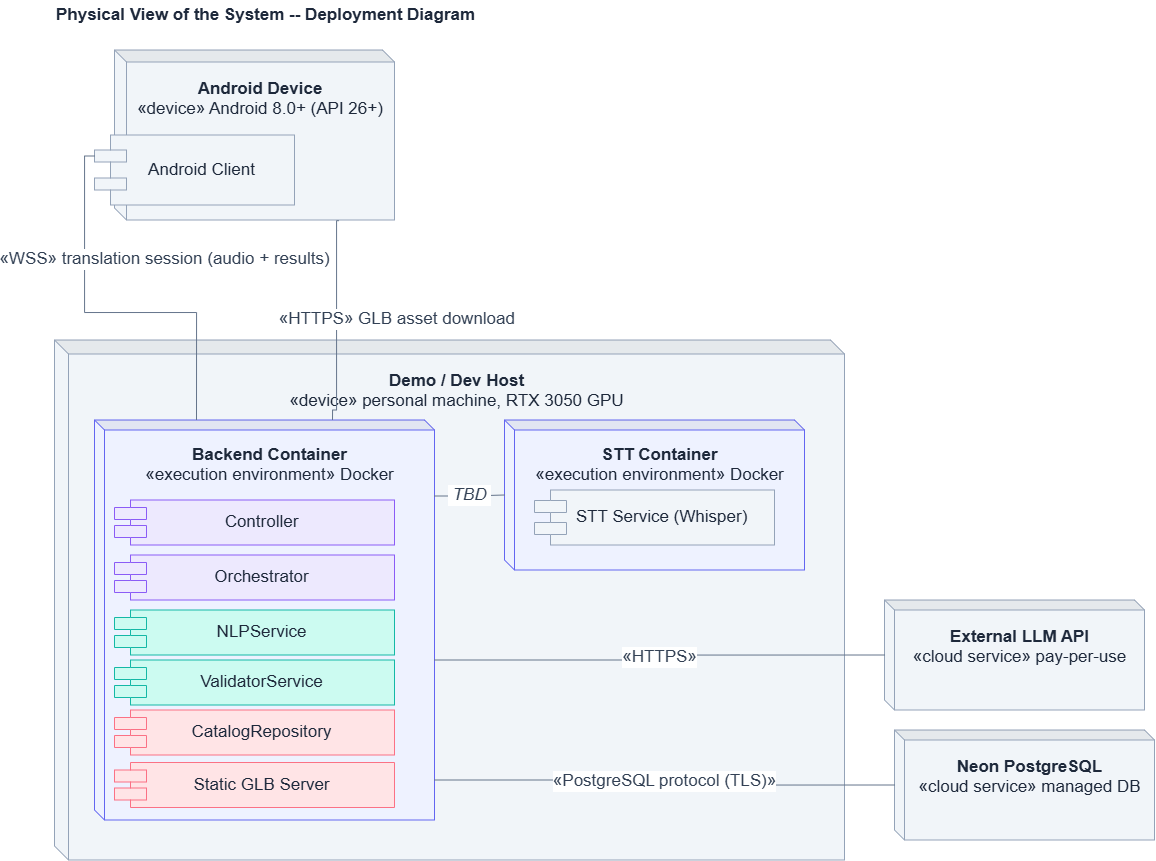
sign-ai-organization/signall-backend keeps this draw.io diagram as docs/diagrams/sdd-6.2-vista-fisica-despliegue.drawio.png. Above is the earlier version. Source tidied: cells renumbered, new cells last; positions are measured from the earlier drawing's top-left corner, leaving out a move shared by most shapes. Its diagram source:
```xml
<mxGraphModel>
  <root>
    <mxCell id="0" />
    <mxCell id="1" parent="0" />
    <mxCell id="2" value="Physical View of the System -- Deployment Diagram" style="text;html=1;align=left;verticalAlign=middle;fontSize=17;fontStyle=1;fontColor=#1e293b;" parent="1" vertex="1">
      <mxGeometry width="700" height="30" as="geometry" />
    </mxCell>
    <mxCell id="3" value="&lt;b&gt;Android Device&lt;/b&gt;&lt;br&gt;&lt;font&gt;«device» Android 8.0+ (API 26+)&lt;/font&gt;" style="shape=cube;whiteSpace=wrap;html=1;boundedLbl=1;backgroundOutline=1;darkOpacity=0.05;align=center;verticalAlign=top;fontSize=17;fontColor=#1e293b;spacingTop=10;fillColor=#f1f5f9;strokeColor=#94a3b8;size=12;" parent="1" vertex="1">
      <mxGeometry x="60" y="50" width="280" height="170" as="geometry" />
    </mxCell>
    <mxCell id="4" value="Android Client" style="rounded=0;whiteSpace=wrap;html=1;shape=component;align=center;verticalAlign=middle;spacingLeft=15;fontSize=17;fontColor=#1e293b;fillColor=#f1f5f9;strokeColor=#94a3b8;" parent="1" vertex="1">
      <mxGeometry x="40" y="135" width="200" height="70" as="geometry" />
    </mxCell>
    <mxCell id="5" value="&lt;b&gt;Demo / Dev Host&lt;/b&gt;&lt;br&gt;&lt;font&gt;«device» personal machine, RTX 3050 GPU&lt;/font&gt;" style="shape=cube;whiteSpace=wrap;html=1;boundedLbl=1;backgroundOutline=1;darkOpacity=0.05;align=center;verticalAlign=top;fontSize=17;fontColor=#1e293b;spacingTop=10;fillColor=#f1f5f9;strokeColor=#94a3b8;size=14;" parent="1" vertex="1">
      <mxGeometry y="340" width="790" height="520" as="geometry" />
    </mxCell>
    <mxCell id="6" value="&lt;b&gt;Backend Container&lt;/b&gt;&lt;br&gt;&lt;font&gt;«execution environment» Docker&lt;/font&gt;" style="shape=cube;whiteSpace=wrap;html=1;boundedLbl=1;backgroundOutline=1;darkOpacity=0.05;align=center;verticalAlign=top;fontSize=17;fontColor=#1e293b;spacingTop=8;fillColor=#eef2ff;strokeColor=#6366f1;size=10;" parent="1" vertex="1">
      <mxGeometry x="40" y="420" width="340" height="400" as="geometry" />
    </mxCell>
    <mxCell id="7" value="Controller" style="rounded=0;whiteSpace=wrap;html=1;shape=component;align=center;verticalAlign=middle;spacingLeft=15;fontSize=17;fontColor=#1e293b;fillColor=#ede9fe;strokeColor=#8b5cf6;" parent="1" vertex="1">
      <mxGeometry x="60" y="500" width="280" height="45" as="geometry" />
    </mxCell>
    <mxCell id="8" value="Orchestrator" style="rounded=0;whiteSpace=wrap;html=1;shape=component;align=center;verticalAlign=middle;spacingLeft=15;fontSize=17;fontColor=#1e293b;fillColor=#ede9fe;strokeColor=#8b5cf6;" parent="1" vertex="1">
      <mxGeometry x="60" y="555" width="280" height="45" as="geometry" />
    </mxCell>
    <mxCell id="9" value="NLPService" style="rounded=0;whiteSpace=wrap;html=1;shape=component;align=center;verticalAlign=middle;spacingLeft=15;fontSize=17;fontColor=#1e293b;fillColor=#ccfbf1;strokeColor=#14b8a6;" parent="1" vertex="1">
      <mxGeometry x="60" y="610" width="280" height="45" as="geometry" />
    </mxCell>
    <mxCell id="10" value="ValidatorService" style="rounded=0;whiteSpace=wrap;html=1;shape=component;align=center;verticalAlign=middle;spacingLeft=15;fontSize=17;fontColor=#1e293b;fillColor=#ccfbf1;strokeColor=#14b8a6;" parent="1" vertex="1">
      <mxGeometry x="60" y="660" width="280" height="45" as="geometry" />
    </mxCell>
    <mxCell id="11" value="CatalogRepository" style="rounded=0;whiteSpace=wrap;html=1;shape=component;align=center;verticalAlign=middle;spacingLeft=15;fontSize=17;fontColor=#1e293b;fillColor=#ffe4e6;strokeColor=#fb7185;" parent="1" vertex="1">
      <mxGeometry x="60" y="710" width="280" height="45" as="geometry" />
    </mxCell>
    <mxCell id="12" value="Static GLB Server" style="rounded=0;whiteSpace=wrap;html=1;shape=component;align=center;verticalAlign=middle;spacingLeft=15;fontSize=17;fontColor=#1e293b;fillColor=#ffe4e6;strokeColor=#fb7185;" parent="1" vertex="1">
      <mxGeometry x="60" y="762.5" width="280" height="45" as="geometry" />
    </mxCell>
    <mxCell id="13" value="&lt;b&gt;STT Container&lt;/b&gt;&lt;br&gt;&lt;font&gt;«execution environment» Docker&lt;/font&gt;" style="shape=cube;whiteSpace=wrap;html=1;boundedLbl=1;backgroundOutline=1;darkOpacity=0.05;align=center;verticalAlign=top;fontSize=17;fontColor=#1e293b;spacingTop=8;fillColor=#eef2ff;strokeColor=#6366f1;size=10;" parent="1" vertex="1">
      <mxGeometry x="450" y="420" width="300" height="150" as="geometry" />
    </mxCell>
    <mxCell id="14" value="STT Service (Whisper)" style="rounded=0;whiteSpace=wrap;html=1;shape=component;align=center;verticalAlign=middle;spacingLeft=15;fontSize=17;fontColor=#1e293b;fillColor=#f1f5f9;strokeColor=#94a3b8;" parent="1" vertex="1">
      <mxGeometry x="480" y="490" width="240" height="55" as="geometry" />
    </mxCell>
    <mxCell id="15" value="&lt;b&gt;External LLM API&lt;/b&gt;&lt;br&gt;&lt;font&gt;«cloud service» pay-per-use&lt;/font&gt;" style="shape=cube;whiteSpace=wrap;html=1;boundedLbl=1;backgroundOutline=1;darkOpacity=0.05;align=center;verticalAlign=top;fontSize=17;fontColor=#1e293b;spacingTop=10;fillColor=#f1f5f9;strokeColor=#94a3b8;size=10;" parent="1" vertex="1">
      <mxGeometry x="830" y="600" width="260" height="110" as="geometry" />
    </mxCell>
    <mxCell id="16" value="&lt;b&gt;Neon PostgreSQL&lt;/b&gt;&lt;br&gt;&lt;font&gt;«cloud service» managed DB&lt;/font&gt;" style="shape=cube;whiteSpace=wrap;html=1;boundedLbl=1;backgroundOutline=1;darkOpacity=0.05;align=center;verticalAlign=top;fontSize=17;fontColor=#1e293b;spacingTop=10;fillColor=#f1f5f9;strokeColor=#94a3b8;size=10;" parent="1" vertex="1">
      <mxGeometry x="840" y="730" width="260" height="110" as="geometry" />
    </mxCell>
    <mxCell id="17" value="«WSS» translation session (audio + results)" style="edgeStyle=orthogonalEdgeStyle;rounded=0;html=1;endArrow=none;startArrow=none;strokeColor=#64748b;fontSize=17;fontColor=#334155;labelBackgroundColor=#ffffff;align=center;verticalAlign=middle;exitX=0;exitY=0.3;exitDx=0;exitDy=0;entryX=0.3;entryY=0;entryDx=0;entryDy=0;" parent="1" edge="1" source="4" target="6">
      <mxGeometry x="0.28" y="53" relative="1" as="geometry" />
    </mxCell>
    <mxCell id="18" value="&amp;nbsp;«HTTPS» GLB asset download" style="edgeStyle=orthogonalEdgeStyle;rounded=0;html=1;endArrow=none;startArrow=none;strokeColor=#64748b;fontSize=17;fontColor=#334155;labelBackgroundColor=#ffffff;align=center;verticalAlign=middle;exitX=0.801;exitY=1.004;exitDx=0;exitDy=0;entryX=0.7;entryY=0;entryDx=0;entryDy=0;exitPerimeter=0;" parent="1" edge="1" source="3" target="6">
      <mxGeometry x="-0.01" y="58" relative="1" as="geometry">
        <Array as="points">
          <mxPoint x="282.1" y="220.7" />
          <mxPoint x="282.1" y="410" />
          <mxPoint x="278.1" y="410" />
        </Array>
      </mxGeometry>
    </mxCell>
    <mxCell id="19" value="&amp;nbsp;TBD&amp;nbsp;" style="edgeStyle=orthogonalEdgeStyle;rounded=0;html=1;endArrow=none;startArrow=none;strokeColor=#64748b;fontSize=17;fontColor=#334155;fontStyle=2;labelBackgroundColor=#ffffff;align=center;verticalAlign=middle;exitX=1;exitY=0.19;exitDx=0;exitDy=0;entryX=0;entryY=0.5;entryDx=0;entryDy=0;" parent="1" edge="1" source="6" target="13">
      <mxGeometry relative="1" as="geometry" />
    </mxCell>
    <mxCell id="20" value="«PostgreSQL protocol (TLS)»" style="edgeStyle=orthogonalEdgeStyle;rounded=0;html=1;endArrow=none;startArrow=none;strokeColor=#64748b;fontSize=17;fontColor=#334155;labelBackgroundColor=#ffffff;align=center;verticalAlign=middle;exitX=1;exitY=0.9;exitDx=0;exitDy=0;entryX=0;entryY=0.5;entryDx=0;entryDy=0;" parent="1" edge="1" source="6" target="16">
      <mxGeometry relative="1" as="geometry" />
    </mxCell>
    <mxCell id="21" value="«HTTPS»" style="edgeStyle=orthogonalEdgeStyle;rounded=0;html=1;endArrow=none;startArrow=none;strokeColor=#64748b;fontSize=17;fontColor=#334155;labelBackgroundColor=#ffffff;align=center;verticalAlign=middle;exitX=1;exitY=0.6;exitDx=0;exitDy=0;entryX=0;entryY=0.5;entryDx=0;entryDy=0;" parent="1" edge="1" source="6" target="15">
      <mxGeometry relative="1" as="geometry" />
    </mxCell>
  </root>
</mxGraphModel>
```
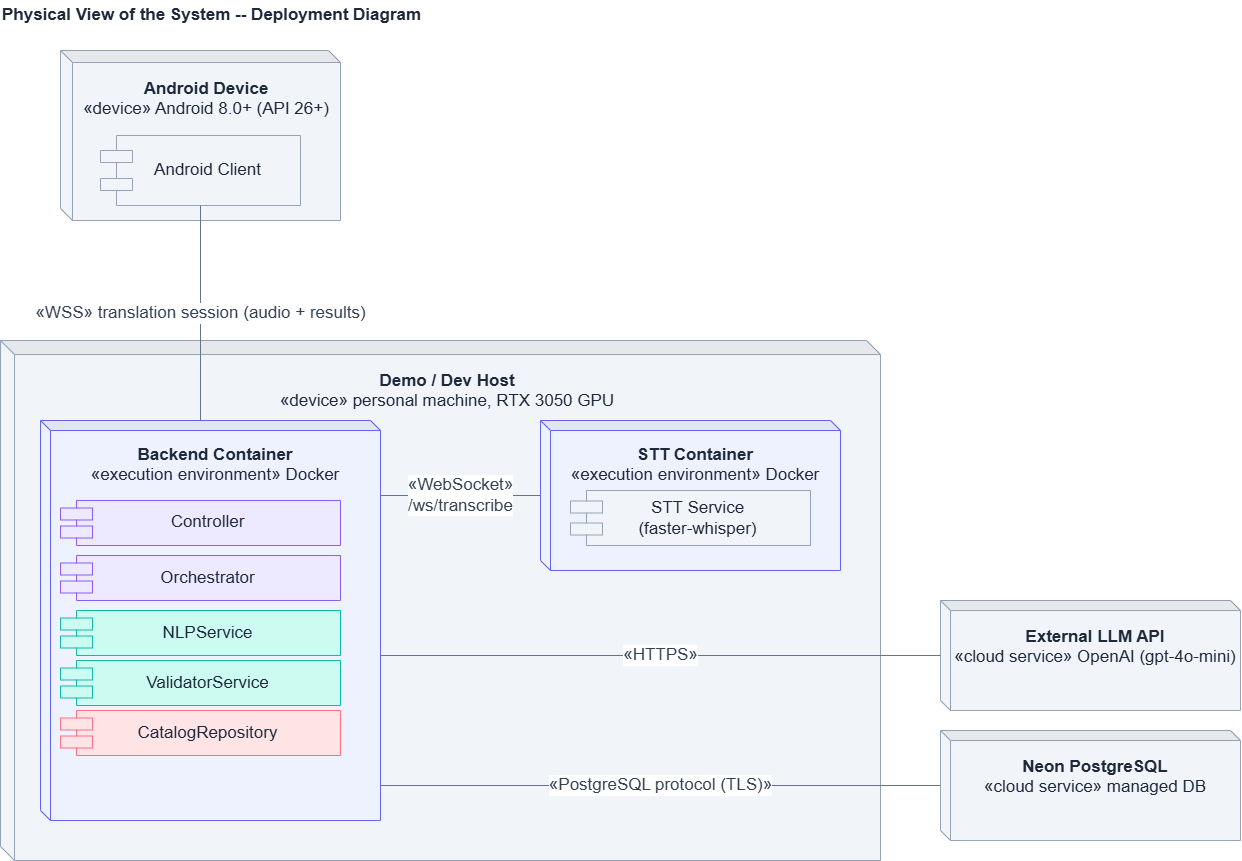
After the change.

What changed in the source:
```diff
@@ -9,10 +9,10 @@
       <mxGeometry x="60" y="50" width="280" height="170" as="geometry" />
     </mxCell>
     <mxCell id="4" value="Android Client" style="rounded=0;whiteSpace=wrap;html=1;shape=component;align=center;verticalAlign=middle;spacingLeft=15;fontSize=17;fontColor=#1e293b;fillColor=#f1f5f9;strokeColor=#94a3b8;" parent="1" vertex="1">
-      <mxGeometry x="40" y="135" width="200" height="70" as="geometry" />
+      <mxGeometry x="100" y="135" width="200" height="70" as="geometry" />
     </mxCell>
     <mxCell id="5" value="&lt;b&gt;Demo / Dev Host&lt;/b&gt;&lt;br&gt;&lt;font&gt;«device» personal machine, RTX 3050 GPU&lt;/font&gt;" style="shape=cube;whiteSpace=wrap;html=1;boundedLbl=1;backgroundOutline=1;darkOpacity=0.05;align=center;verticalAlign=top;fontSize=17;fontColor=#1e293b;spacingTop=10;fillColor=#f1f5f9;strokeColor=#94a3b8;size=14;" parent="1" vertex="1">
-      <mxGeometry y="340" width="790" height="520" as="geometry" />
+      <mxGeometry y="340" width="880" height="520" as="geometry" />
     </mxCell>
     <mxCell id="6" value="&lt;b&gt;Backend Container&lt;/b&gt;&lt;br&gt;&lt;font&gt;«execution environment» Docker&lt;/font&gt;" style="shape=cube;whiteSpace=wrap;html=1;boundedLbl=1;backgroundOutline=1;darkOpacity=0.05;align=center;verticalAlign=top;fontSize=17;fontColor=#1e293b;spacingTop=8;fillColor=#eef2ff;strokeColor=#6366f1;size=10;" parent="1" vertex="1">
       <mxGeometry x="40" y="420" width="340" height="400" as="geometry" />
@@ -32,40 +32,28 @@
     <mxCell id="11" value="CatalogRepository" style="rounded=0;whiteSpace=wrap;html=1;shape=component;align=center;verticalAlign=middle;spacingLeft=15;fontSize=17;fontColor=#1e293b;fillColor=#ffe4e6;strokeColor=#fb7185;" parent="1" vertex="1">
       <mxGeometry x="60" y="710" width="280" height="45" as="geometry" />
     </mxCell>
-    <mxCell id="12" value="Static GLB Server" style="rounded=0;whiteSpace=wrap;html=1;shape=component;align=center;verticalAlign=middle;spacingLeft=15;fontSize=17;fontColor=#1e293b;fillColor=#ffe4e6;strokeColor=#fb7185;" parent="1" vertex="1">
-      <mxGeometry x="60" y="762.5" width="280" height="45" as="geometry" />
-    </mxCell>
     <mxCell id="13" value="&lt;b&gt;STT Container&lt;/b&gt;&lt;br&gt;&lt;font&gt;«execution environment» Docker&lt;/font&gt;" style="shape=cube;whiteSpace=wrap;html=1;boundedLbl=1;backgroundOutline=1;darkOpacity=0.05;align=center;verticalAlign=top;fontSize=17;fontColor=#1e293b;spacingTop=8;fillColor=#eef2ff;strokeColor=#6366f1;size=10;" parent="1" vertex="1">
-      <mxGeometry x="450" y="420" width="300" height="150" as="geometry" />
+      <mxGeometry x="540" y="420" width="300" height="150" as="geometry" />
     </mxCell>
-    <mxCell id="14" value="STT Service (Whisper)" style="rounded=0;whiteSpace=wrap;html=1;shape=component;align=center;verticalAlign=middle;spacingLeft=15;fontSize=17;fontColor=#1e293b;fillColor=#f1f5f9;strokeColor=#94a3b8;" parent="1" vertex="1">
-      <mxGeometry x="480" y="490" width="240" height="55" as="geometry" />
+    <mxCell id="14" value="STT Service&lt;br&gt;(faster-whisper)" style="rounded=0;whiteSpace=wrap;html=1;shape=component;align=center;verticalAlign=middle;spacingLeft=15;fontSize=17;fontColor=#1e293b;fillColor=#f1f5f9;strokeColor=#94a3b8;" parent="1" vertex="1">
+      <mxGeometry x="570" y="490" width="240" height="55" as="geometry" />
     </mxCell>
-    <mxCell id="15" value="&lt;b&gt;External LLM API&lt;/b&gt;&lt;br&gt;&lt;font&gt;«cloud service» pay-per-use&lt;/font&gt;" style="shape=cube;whiteSpace=wrap;html=1;boundedLbl=1;backgroundOutline=1;darkOpacity=0.05;align=center;verticalAlign=top;fontSize=17;fontColor=#1e293b;spacingTop=10;fillColor=#f1f5f9;strokeColor=#94a3b8;size=10;" parent="1" vertex="1">
-      <mxGeometry x="830" y="600" width="260" height="110" as="geometry" />
+    <mxCell id="15" value="&lt;b&gt;External LLM API&lt;/b&gt;&lt;br&gt;&lt;font&gt;«cloud service» OpenAI (gpt-4o-mini)&lt;/font&gt;" style="shape=cube;whiteSpace=wrap;html=1;boundedLbl=1;backgroundOutline=1;darkOpacity=0.05;align=center;verticalAlign=top;fontSize=17;fontColor=#1e293b;spacingTop=10;fillColor=#f1f5f9;strokeColor=#94a3b8;size=10;" parent="1" vertex="1">
+      <mxGeometry x="940" y="600" width="300" height="110" as="geometry" />
     </mxCell>
     <mxCell id="16" value="&lt;b&gt;Neon PostgreSQL&lt;/b&gt;&lt;br&gt;&lt;font&gt;«cloud service» managed DB&lt;/font&gt;" style="shape=cube;whiteSpace=wrap;html=1;boundedLbl=1;backgroundOutline=1;darkOpacity=0.05;align=center;verticalAlign=top;fontSize=17;fontColor=#1e293b;spacingTop=10;fillColor=#f1f5f9;strokeColor=#94a3b8;size=10;" parent="1" vertex="1">
-      <mxGeometry x="840" y="730" width="260" height="110" as="geometry" />
+      <mxGeometry x="940" y="730" width="300" height="110" as="geometry" />
     </mxCell>
-    <mxCell id="17" value="«WSS» translation session (audio + results)" style="edgeStyle=orthogonalEdgeStyle;rounded=0;html=1;endArrow=none;startArrow=none;strokeColor=#64748b;fontSize=17;fontColor=#334155;labelBackgroundColor=#ffffff;align=center;verticalAlign=middle;exitX=0;exitY=0.3;exitDx=0;exitDy=0;entryX=0.3;entryY=0;entryDx=0;entryDy=0;" parent="1" edge="1" source="4" target="6">
-      <mxGeometry x="0.28" y="53" relative="1" as="geometry" />
+    <mxCell id="17" value="«WSS» translation session (audio + results)" style="edgeStyle=orthogonalEdgeStyle;rounded=0;html=1;endArrow=none;startArrow=none;strokeColor=#64748b;fontSize=17;fontColor=#334155;labelBackgroundColor=#ffffff;align=center;verticalAlign=middle;exitX=0.5;exitY=1;exitDx=0;exitDy=0;entryX=0.4706;entryY=0;entryDx=0;entryDy=0;" parent="1" edge="1" source="4" target="6">
+      <mxGeometry relative="1" as="geometry" />
     </mxCell>
-    <mxCell id="18" value="&amp;nbsp;«HTTPS» GLB asset download" style="edgeStyle=orthogonalEdgeStyle;rounded=0;html=1;endArrow=none;startArrow=none;strokeColor=#64748b;fontSize=17;fontColor=#334155;labelBackgroundColor=#ffffff;align=center;verticalAlign=middle;exitX=0.801;exitY=1.004;exitDx=0;exitDy=0;entryX=0.7;entryY=0;entryDx=0;entryDy=0;exitPerimeter=0;" parent="1" edge="1" source="3" target="6">
-      <mxGeometry x="-0.01" y="58" relative="1" as="geometry">
-        <Array as="points">
-          <mxPoint x="282.1" y="220.7" />
-          <mxPoint x="282.1" y="410" />
-          <mxPoint x="278.1" y="410" />
-        </Array>
-      </mxGeometry>
-    </mxCell>
-    <mxCell id="19" value="&amp;nbsp;TBD&amp;nbsp;" style="edgeStyle=orthogonalEdgeStyle;rounded=0;html=1;endArrow=none;startArrow=none;strokeColor=#64748b;fontSize=17;fontColor=#334155;fontStyle=2;labelBackgroundColor=#ffffff;align=center;verticalAlign=middle;exitX=1;exitY=0.19;exitDx=0;exitDy=0;entryX=0;entryY=0.5;entryDx=0;entryDy=0;" parent="1" edge="1" source="6" target="13">
+    <mxCell id="19" value="«WebSocket»&lt;br&gt;/ws/transcribe" style="edgeStyle=orthogonalEdgeStyle;rounded=0;html=1;endArrow=none;startArrow=none;strokeColor=#64748b;fontSize=17;fontColor=#334155;labelBackgroundColor=#ffffff;align=center;verticalAlign=middle;exitX=1;exitDx=0;exitDy=0;entryX=0;entryY=0.5;entryDx=0;entryDy=0;exitY=0.1875;" parent="1" edge="1" source="6" target="13">
       <mxGeometry relative="1" as="geometry" />
     </mxCell>
-    <mxCell id="20" value="«PostgreSQL protocol (TLS)»" style="edgeStyle=orthogonalEdgeStyle;rounded=0;html=1;endArrow=none;startArrow=none;strokeColor=#64748b;fontSize=17;fontColor=#334155;labelBackgroundColor=#ffffff;align=center;verticalAlign=middle;exitX=1;exitY=0.9;exitDx=0;exitDy=0;entryX=0;entryY=0.5;entryDx=0;entryDy=0;" parent="1" edge="1" source="6" target="16">
+    <mxCell id="20" value="«PostgreSQL protocol (TLS)»" style="edgeStyle=orthogonalEdgeStyle;rounded=0;html=1;endArrow=none;startArrow=none;strokeColor=#64748b;fontSize=17;fontColor=#334155;labelBackgroundColor=#ffffff;align=center;verticalAlign=middle;exitX=1;exitDx=0;exitDy=0;entryX=0;entryY=0.5;entryDx=0;entryDy=0;exitY=0.9125;" parent="1" edge="1" source="6" target="16">
       <mxGeometry relative="1" as="geometry" />
     </mxCell>
-    <mxCell id="21" value="«HTTPS»" style="edgeStyle=orthogonalEdgeStyle;rounded=0;html=1;endArrow=none;startArrow=none;strokeColor=#64748b;fontSize=17;fontColor=#334155;labelBackgroundColor=#ffffff;align=center;verticalAlign=middle;exitX=1;exitY=0.6;exitDx=0;exitDy=0;entryX=0;entryY=0.5;entryDx=0;entryDy=0;" parent="1" edge="1" source="6" target="15">
+    <mxCell id="21" value="«HTTPS»" style="edgeStyle=orthogonalEdgeStyle;rounded=0;html=1;endArrow=none;startArrow=none;strokeColor=#64748b;fontSize=17;fontColor=#334155;labelBackgroundColor=#ffffff;align=center;verticalAlign=middle;exitX=1;exitDx=0;exitDy=0;entryX=0;entryY=0.5;entryDx=0;entryDy=0;exitY=0.5875;" parent="1" edge="1" source="6" target="15">
       <mxGeometry relative="1" as="geometry" />
     </mxCell>
   </root>
```
